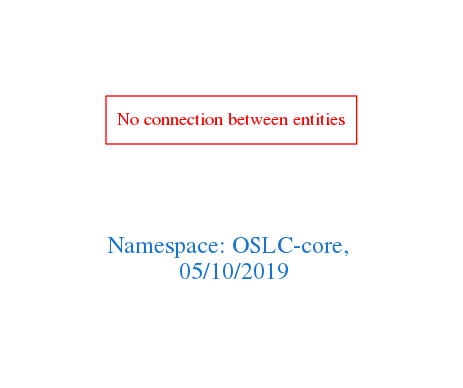
Earlier version of the Graphviz export downloads/OSLC-core.png (arago/OGIT). Its source is kept beside it as downloads/OSLC-core.dot. Its diagram source:
```dot
digraph OGIT_ontology {
 graph [ rankdir= LR,pad=1
fontsize = 18,
fontcolor= dodgerblue3,label = "\n\n\nNamespace: OSLC-core, \n 05/10/2019"];
node[shape=polygon];
edge [  color="gray81"];

"No connection between entities" [fontcolor = "red",color="red", shape="polygon"]
}
```
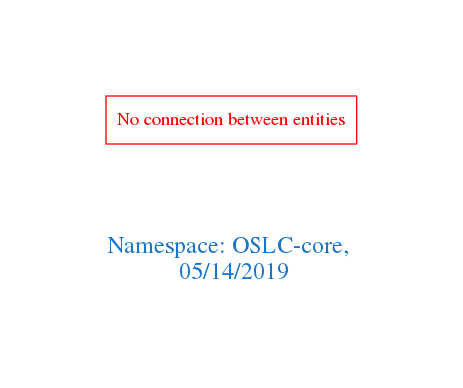
The same diagram one commit later.

The edit, as a diff of the source:
```diff
@@ -1,7 +1,7 @@
 digraph OGIT_ontology {
  graph [ rankdir= LR,pad=1
 fontsize = 18,
-fontcolor= dodgerblue3,label = "\n\n\nNamespace: OSLC-core, \n 05/10/2019"];
+fontcolor= dodgerblue3,label = "\n\n\nNamespace: OSLC-core, \n 05/14/2019"];
 node[shape=polygon];
 edge [  color="gray81"];
 
```
